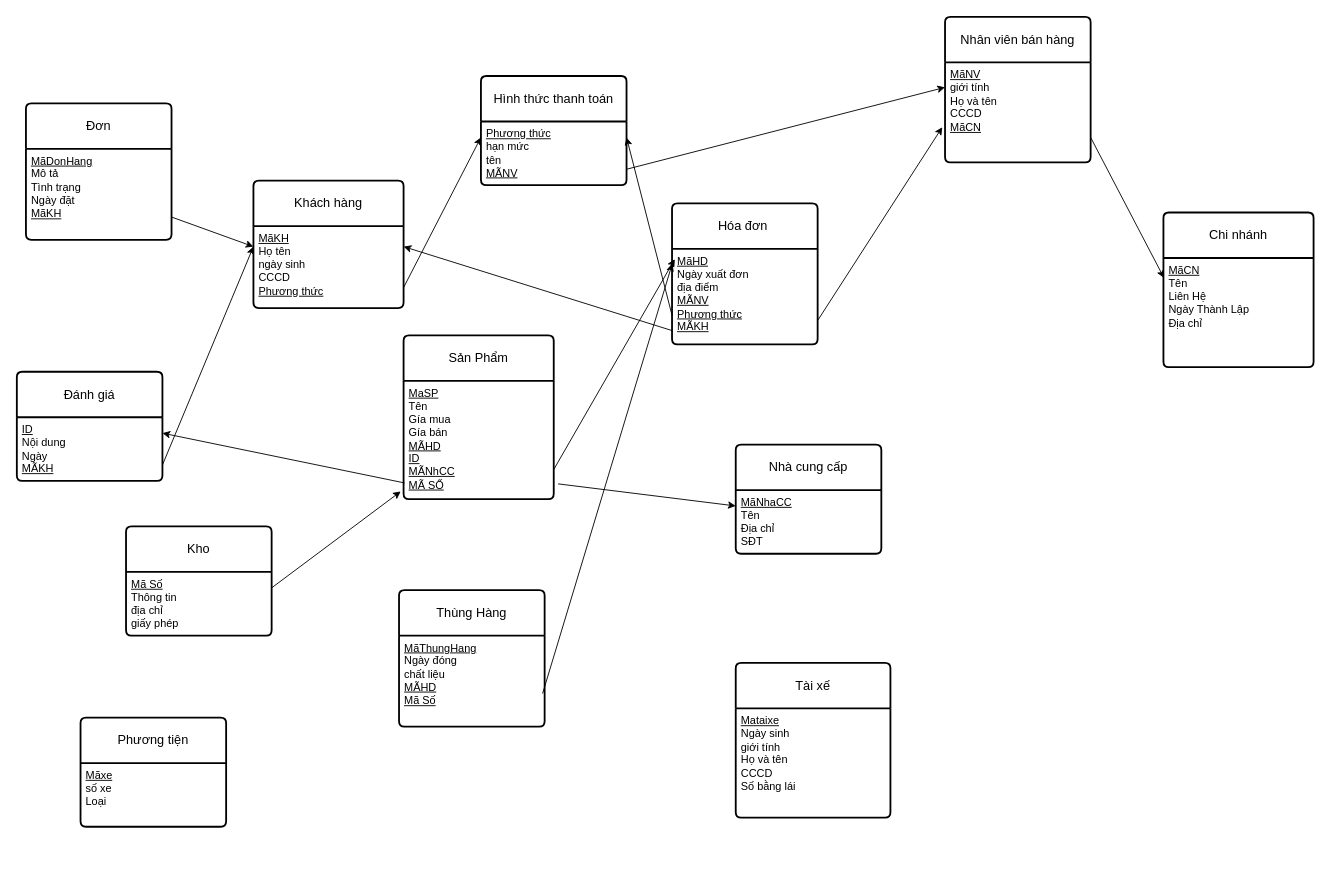
The draw.io diagram Untitled Diagram.drawio in Tungdv23/B-i-t-p-th-vi-n, before the edit. Source tidied: cells renumbered, new cells numbered last; positions are measured from the earlier drawing's top-left corner, leaving out a move shared by most shapes. Both pictures are drawn from the tidied source at 91%, with x=0, y=0 at pixel (16, 16).
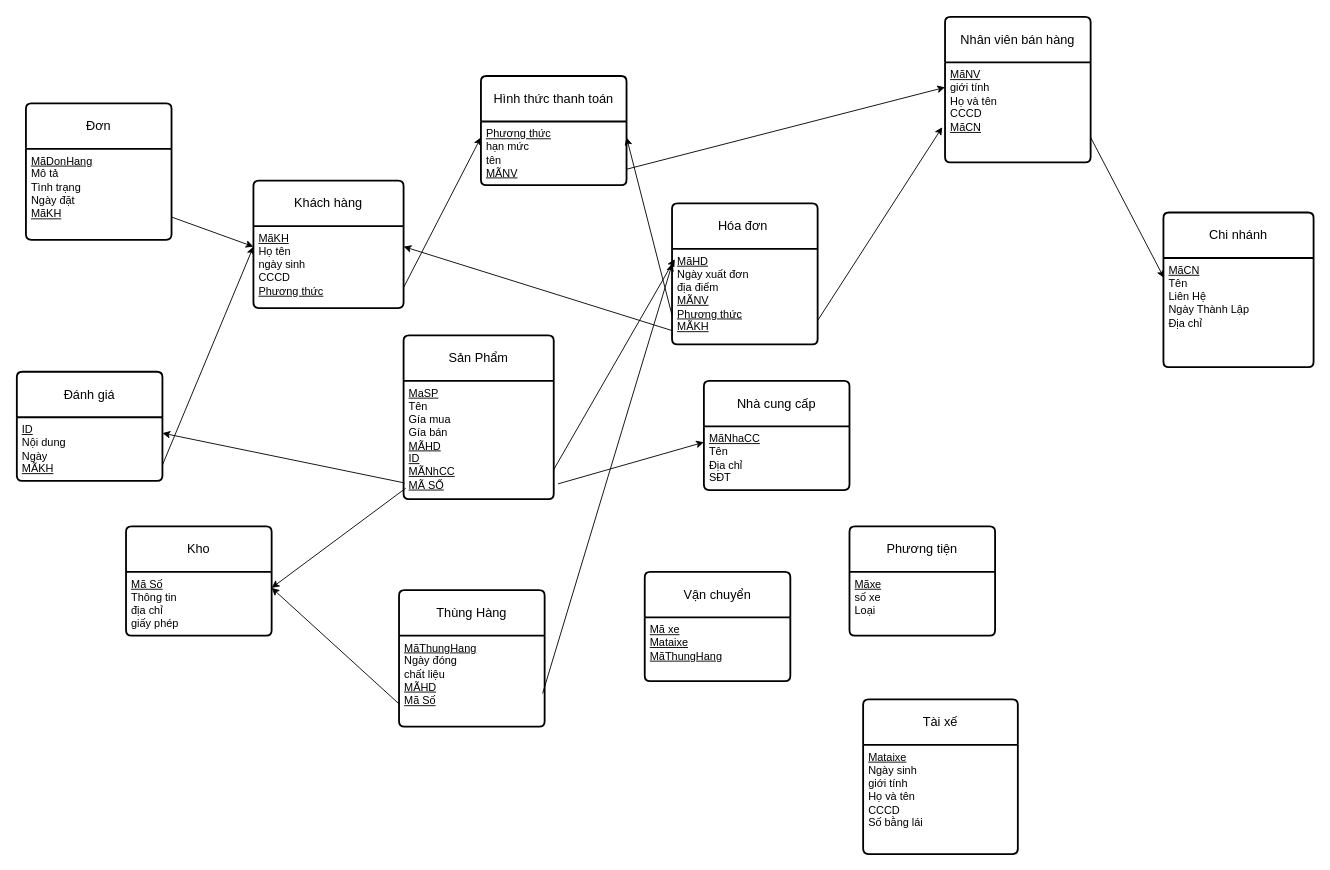
The same page after the edit.

The change refers to these unchanged cells:
```xml
<mxCell id="21" value="&lt;u&gt;MaSP&lt;/u&gt;&lt;div&gt;Tên&lt;/div&gt;&lt;div&gt;Gía mua&lt;/div&gt;&lt;div&gt;Gía bán&lt;/div&gt;&lt;div&gt;&lt;u&gt;MÃHD&lt;/u&gt;&lt;/div&gt;&lt;div&gt;&lt;u&gt;ID&lt;/u&gt;&lt;/div&gt;&lt;div&gt;&lt;u&gt;MÃNhCC&lt;/u&gt;&lt;/div&gt;&lt;div&gt;&lt;u&gt;MÃ SỐ&lt;/u&gt;&lt;/div&gt;" style="align=left;strokeColor=none;fillColor=none;spacingLeft=4;spacingRight=4;fontSize=12;verticalAlign=top;html=1;whiteSpace=wrap;" parent="20" vertex="1">
  <mxGeometry y="50" width="165" height="130" as="geometry" />
</mxCell>
<mxCell id="23" value="&lt;u&gt;Mã Số&lt;/u&gt;&lt;div&gt;Thông tin&lt;/div&gt;&lt;div&gt;địa chỉ&lt;/div&gt;&lt;div&gt;giấy phép&lt;/div&gt;" style="align=left;strokeColor=none;fillColor=none;spacingLeft=4;spacingRight=4;fontSize=12;verticalAlign=top;html=1;whiteSpace=wrap;" parent="22" vertex="1">
  <mxGeometry y="50" width="160" height="70" as="geometry" />
</mxCell>
<mxCell id="25" value="&lt;u&gt;MãThungHang&lt;/u&gt;&lt;div&gt;Ngày đóng&lt;/div&gt;&lt;div&gt;chất liệu&lt;/div&gt;&lt;div&gt;&lt;u&gt;MÃHD&lt;/u&gt;&lt;/div&gt;&lt;div&gt;&lt;u&gt;Mã Số&lt;/u&gt;&lt;/div&gt;" style="align=left;strokeColor=none;fillColor=none;spacingLeft=4;spacingRight=4;fontSize=12;verticalAlign=top;html=1;whiteSpace=wrap;" parent="24" vertex="1">
  <mxGeometry y="50" width="160" height="100" as="geometry" />
</mxCell>
```

What changed in the source:
```diff
@@
     <mxCell id="8" value="Tài xế" style="swimlane;horizontal=1;startSize=50;rounded=1;fontSize=14;fontStyle=0;strokeWidth=2;shadow=0;dashed=0;align=center;arcSize=4;whiteSpace=wrap;html=1;" parent="1" vertex="1">
-      <mxGeometry x="790" y="710" width="170" height="170" as="geometry" />
+      <mxGeometry x="930" y="750" width="170" height="170" as="geometry" />
     </mxCell>
@@
     <mxCell id="18" value="Nhà cung cấp" style="swimlane;horizontal=1;startSize=50;rounded=1;fontSize=14;fontStyle=0;strokeWidth=2;shadow=0;dashed=0;align=center;arcSize=4;whiteSpace=wrap;html=1;" parent="1" vertex="1">
-      <mxGeometry x="790" y="470" width="160" height="120" as="geometry" />
+      <mxGeometry x="755" y="400" width="160" height="120" as="geometry" />
     </mxCell>
@@
     <mxCell id="26" value="Phương tiện" style="swimlane;horizontal=1;startSize=50;rounded=1;fontSize=14;fontStyle=0;strokeWidth=2;shadow=0;dashed=0;align=center;arcSize=4;whiteSpace=wrap;html=1;" parent="1" vertex="1">
-      <mxGeometry x="70" y="770" width="160" height="120" as="geometry" />
+      <mxGeometry x="915" y="560" width="160" height="120" as="geometry" />
     </mxCell>
@@
-    <mxCell id="39" style="endArrow=classic;html=1;rounded=0;exitX=1;exitY=0.25;exitDx=0;exitDy=0;entryX=-0.019;entryY=0.935;entryDx=0;entryDy=0;entryPerimeter=0;" parent="1" edge="1" source="23" target="21">
+    <mxCell id="39" style="endArrow=classic;html=1;rounded=0;exitX=0.014;exitY=0.908;exitDx=0;exitDy=0;exitPerimeter=0;entryX=1;entryY=0.25;entryDx=0;entryDy=0;" parent="1" edge="1" source="21" target="23">
       <mxGeometry relative="1" as="geometry" />
     </mxCell>
@@
+    <mxCell id="41" style="endArrow=classic;html=1;rounded=0;exitX=0;exitY=0.75;exitDx=0;exitDy=0;entryX=1;entryY=0.25;entryDx=0;entryDy=0;" parent="1" edge="1" source="25" target="23">
+      <mxGeometry relative="1" as="geometry" />
+    </mxCell>
+    <mxCell id="42" value="Vận chuyển" style="swimlane;horizontal=1;startSize=50;rounded=1;fontSize=14;fontStyle=0;strokeWidth=2;shadow=0;dashed=0;align=center;arcSize=4;whiteSpace=wrap;html=1;" parent="1" vertex="1">
+      <mxGeometry x="690" y="610" width="160" height="120" as="geometry" />
+    </mxCell>
+    <mxCell id="43" value="&lt;u&gt;Mã xe&lt;/u&gt;&lt;div&gt;&lt;u&gt;Mataixe&lt;/u&gt;&lt;/div&gt;&lt;div&gt;&lt;u&gt;MãThungHang&lt;/u&gt;&lt;/div&gt;" style="align=left;strokeColor=none;fillColor=none;spacingLeft=4;spacingRight=4;fontSize=12;verticalAlign=top;html=1;whiteSpace=wrap;" parent="42" vertex="1">
+      <mxGeometry y="50" width="160" height="70" as="geometry" />
+    </mxCell>
```
